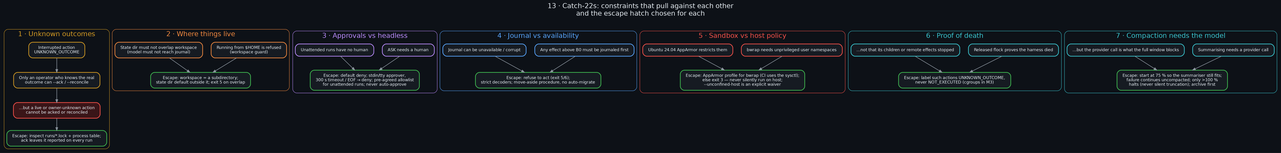
Before: docs/diagrams/13_catch22s.png, a diagram exported from Graphviz (danindiana/malyutka). Its source is kept beside it as docs/diagrams/13_catch22s.dot.
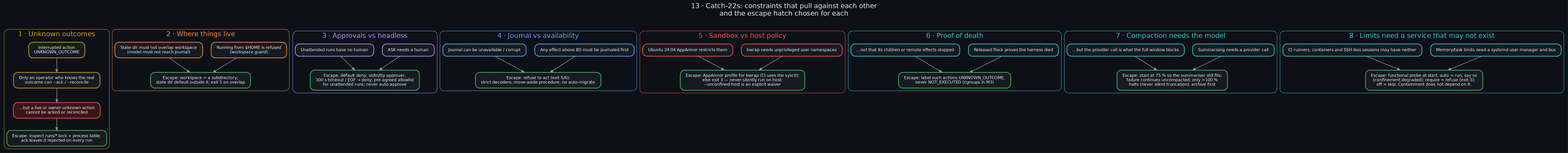
After the commit.

Diff of the diagram source:
```diff
@@ -40,4 +40,9 @@
       g2 [label="…but the provider call is what the full window blocks", color="#39c5cf"];
       g3 [label="Escape: start at 75 % so the summariser still fits;\nfailure continues uncompacted; only >100 %\nhalts (never silent truncation); archive first", color="#3fb950"];
       g1 -> g3; g2 -> g3; }
+    subgraph cluster_h { label="8 · Limits need a service that may not exist"; fontcolor="#39c5cf"; color="#39c5cf"; style="rounded";
+      h1 [label="Memory/task limits need a systemd user manager and bus", color="#39c5cf"];
+      h2 [label="CI runners, containers and SSH-less sessions may have neither", color="#39c5cf"];
+      h3 [label="Escape: functional probe at start; auto = run, say so\n(confinement.degraded); require = refuse (exit 3);\noff = skip. Containment does not depend on it.", color="#3fb950"];
+      h1 -> h3; h2 -> h3; }
 }
```
